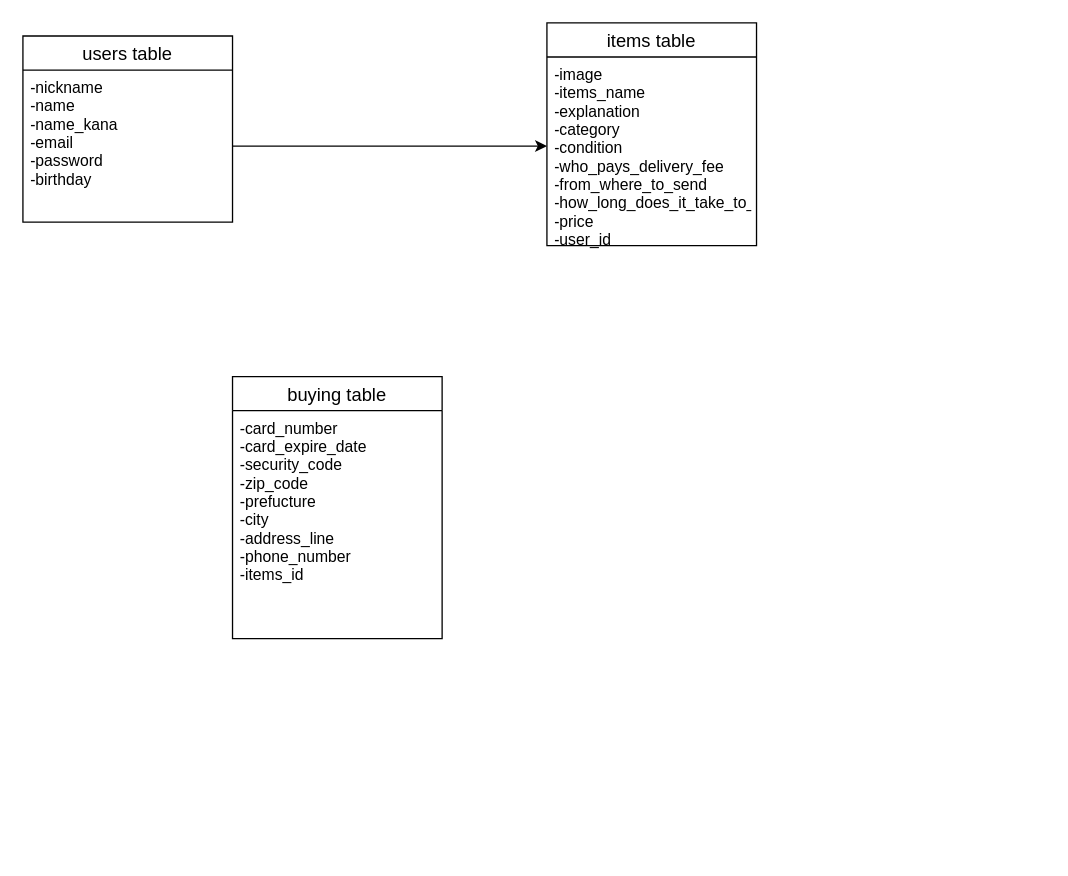
This is test.dio from KIX-YVR/furima--30453, a draw.io file, before an edit. Source tidied: cells renumbered, new cells numbered last; positions are measured from the earlier drawing's top-left corner, leaving out a move shared by most shapes. Both pictures are drawn from the tidied source at 131%, with x=0, y=0 at pixel (22, 22).
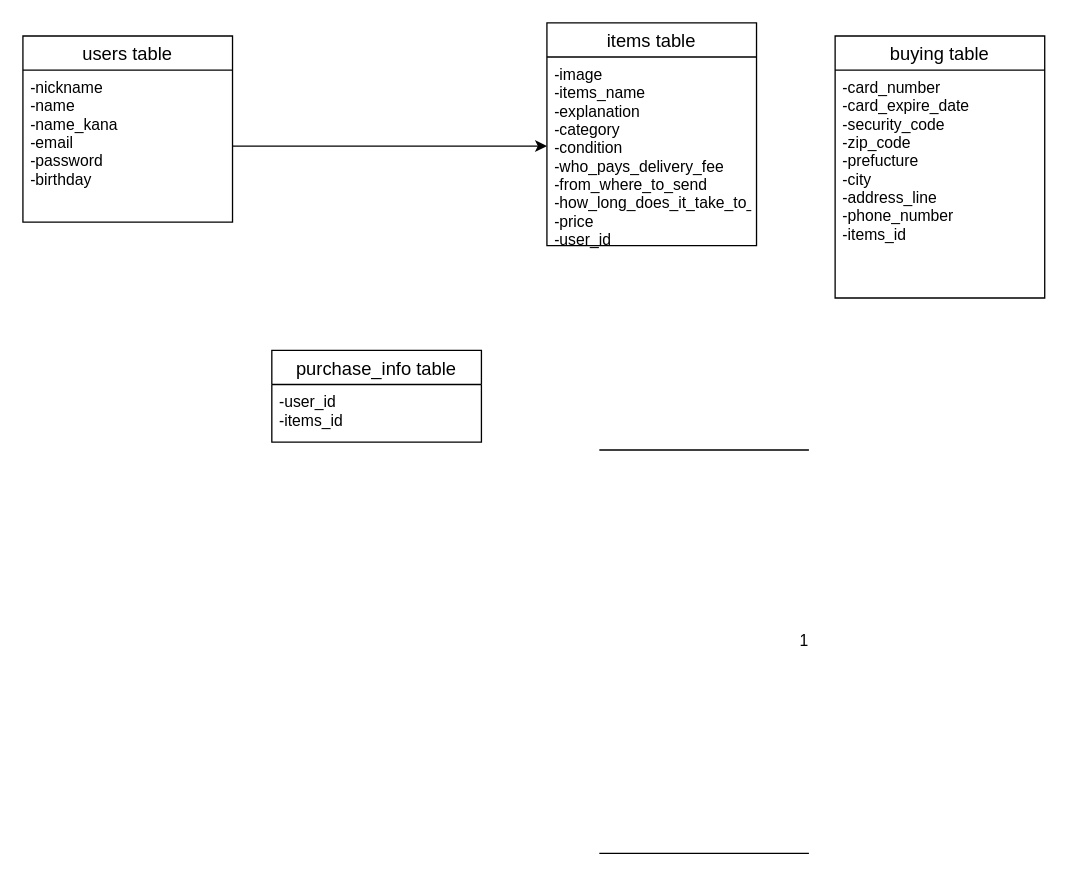
The same page after the edit.

Diff of the diagram source:
```diff
@@
 <mxGraphModel>
   <root>
     <mxCell id="0" />
     <mxCell id="1" parent="0" />
     <mxCell id="2" value="users table" style="swimlane;fontStyle=0;horizontal=1;startSize=26;align=center;fontSize=14;" parent="1" vertex="1">
       <mxGeometry y="10" width="160" height="142" as="geometry" />
     </mxCell>
     <mxCell id="3" value="-nickname&#10;-name&#10;-name_kana&#10;-email&#10;-password&#10;-birthday" style="text;strokeColor=none;fillColor=none;spacingLeft=4;spacingRight=4;overflow=hidden;points=[[0,0.5],[1,0.5]];portConstraint=eastwest;fontSize=12;" parent="2" vertex="1">
       <mxGeometry y="26" width="160" height="116" as="geometry" />
     </mxCell>
-    <mxCell id="4" value="buying table" style="swimlane;fontStyle=0;horizontal=1;startSize=26;align=center;fontSize=14;" parent="1" vertex="1">
-      <mxGeometry x="160" y="270" width="160" height="200" as="geometry" />
-    </mxCell>
-    <mxCell id="5" value="-card_number&#10;-card_expire_date&#10;-security_code&#10;-zip_code&#10;-prefucture&#10;-city&#10;-address_line&#10;-phone_number&#10;-items_id&#10;" style="text;strokeColor=none;fillColor=none;spacingLeft=4;spacingRight=4;overflow=hidden;fontSize=12;" parent="4" vertex="1">
-      <mxGeometry y="26" width="160" height="174" as="geometry" />
-    </mxCell>
     <mxCell id="6" style="edgeStyle=orthogonalEdgeStyle;rounded=0;jettySize=auto;html=1;exitX=1;exitY=0.5;exitDx=0;exitDy=0;" parent="1" edge="1" source="3">
       <mxGeometry relative="1" as="geometry">
         <mxPoint x="400" y="94" as="targetPoint" />
       </mxGeometry>
     </mxCell>
     <mxCell id="7" value="items table" style="swimlane;fontStyle=0;horizontal=1;startSize=26;align=center;fontSize=14;" parent="1" vertex="1">
       <mxGeometry x="400" width="160" height="170" as="geometry" />
     </mxCell>
     <mxCell id="8" value="-image&#10;-items_name&#10;-explanation&#10;-category&#10;-condition&#10;-who_pays_delivery_fee&#10;-from_where_to_send&#10;-how_long_does_it_take_to_send&#10;-price&#10;-user_id" style="text;strokeColor=none;fillColor=none;spacingLeft=4;spacingRight=4;overflow=hidden;fontSize=12;" parent="7" vertex="1">
       <mxGeometry y="26" width="160" height="144" as="geometry" />
     </mxCell>
+    <mxCell id="4" value="buying table" style="swimlane;fontStyle=0;horizontal=1;startSize=26;align=center;fontSize=14;" parent="1" vertex="1">
+      <mxGeometry x="620" y="10" width="160" height="200" as="geometry" />
+    </mxCell>
+    <mxCell id="5" value="-card_number&#10;-card_expire_date&#10;-security_code&#10;-zip_code&#10;-prefucture&#10;-city&#10;-address_line&#10;-phone_number&#10;-items_id&#10;" style="text;strokeColor=none;fillColor=none;spacingLeft=4;spacingRight=4;overflow=hidden;fontSize=12;" parent="4" vertex="1">
+      <mxGeometry y="26" width="160" height="174" as="geometry" />
+    </mxCell>
+    <mxCell id="9" value="purchase_info table" style="swimlane;fontStyle=0;horizontal=1;startSize=26;align=center;fontSize=14;" parent="1" vertex="1">
+      <mxGeometry x="190" y="250" width="160" height="70" as="geometry" />
+    </mxCell>
+    <mxCell id="10" value="-user_id&#10;-items_id" style="text;strokeColor=none;fillColor=none;spacingLeft=4;spacingRight=4;overflow=hidden;fontSize=12;" parent="9" vertex="1">
+      <mxGeometry y="26" width="160" height="44" as="geometry" />
+    </mxCell>
+    <mxCell id="11" style="shape=link;html=1;rounded=0;width=308;" parent="1" edge="1">
+      <mxGeometry relative="1" as="geometry">
+        <mxPoint x="440" y="480" as="sourcePoint" />
+        <mxPoint x="600" y="480" as="targetPoint" />
+      </mxGeometry>
+    </mxCell>
+    <mxCell id="12" value="1" style="html=1;align=right;verticalAlign=bottom;" parent="11" vertex="1">
+      <mxGeometry x="1" relative="1" as="geometry" />
+    </mxCell>
   </root>
 </mxGraphModel>
```
